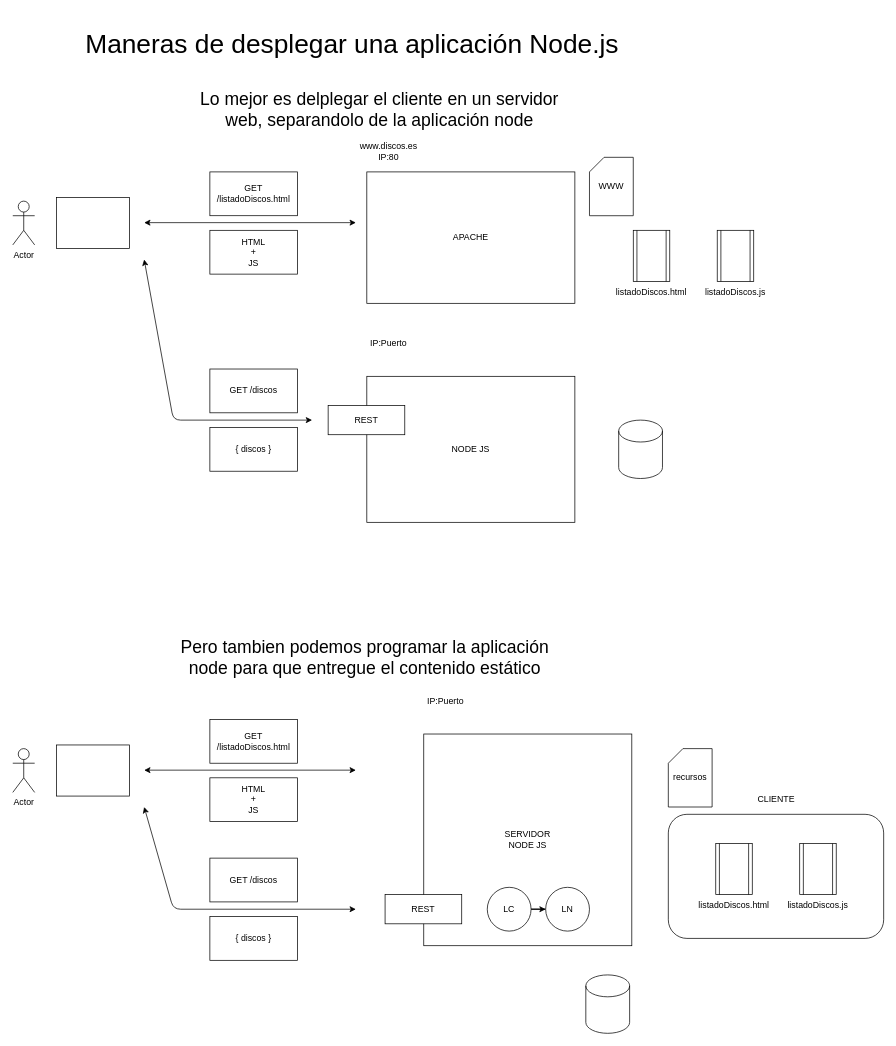
Before: page "Página-23" (23 of 24) of dibujos.drawio in lrag/MEAN_2021_2, a draw.io diagram. Source tidied: cells renumbered, new cells numbered last; positions are measured from the earlier drawing's top-left corner, leaving out a move shared by most shapes. Both pictures are drawn from the tidied source at 73%, with x=0, y=0 at pixel (12, 33).
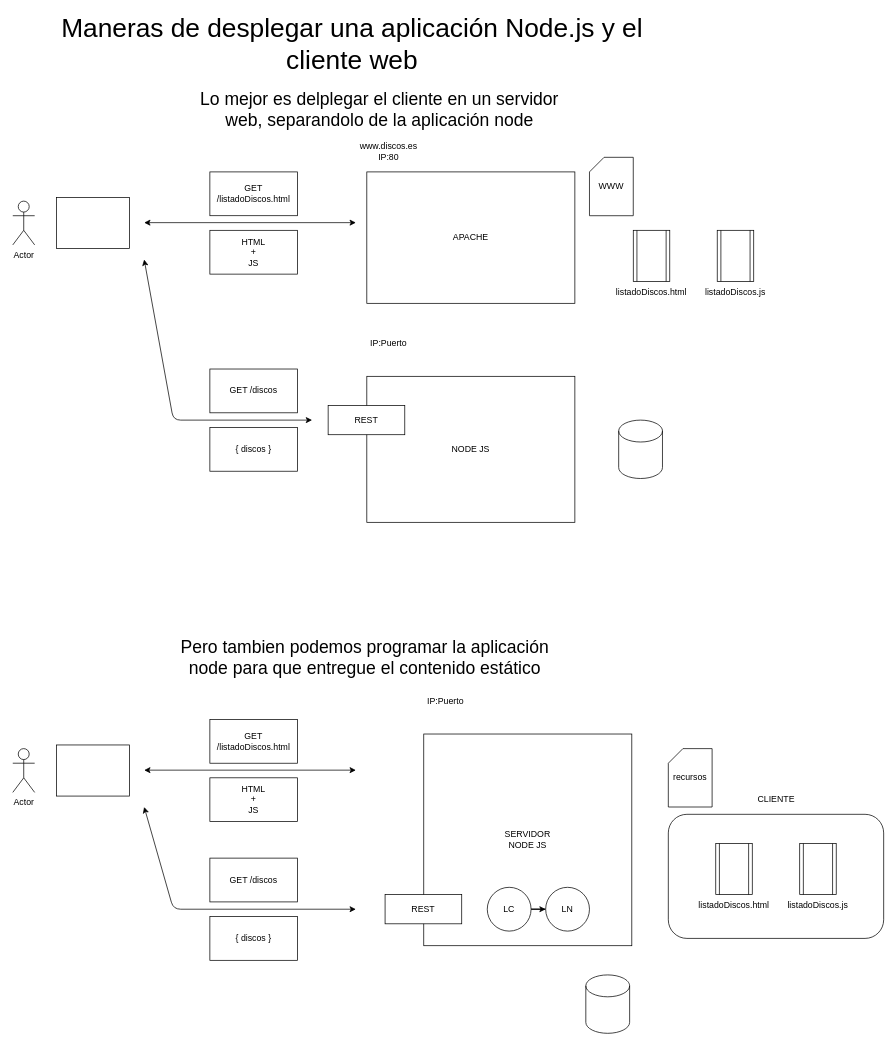
After the change.

Change to the diagram source:
```diff
@@
-    <mxCell id="3" value="&lt;font style=&quot;font-size: 36px&quot;&gt;Maneras de desplegar una aplicación Node.js&lt;/font&gt;" style="text;html=1;strokeColor=none;fillColor=none;align=center;verticalAlign=middle;whiteSpace=wrap;rounded=0;" parent="1" vertex="1">
+    <mxCell id="3" value="&lt;font style=&quot;font-size: 36px&quot;&gt;Maneras de desplegar una aplicación Node.js y el cliente web&lt;/font&gt;" style="text;html=1;strokeColor=none;fillColor=none;align=center;verticalAlign=middle;whiteSpace=wrap;rounded=0;" parent="1" vertex="1">
       <mxGeometry x="10" width="910" height="30" as="geometry" />
     </mxCell>
```
